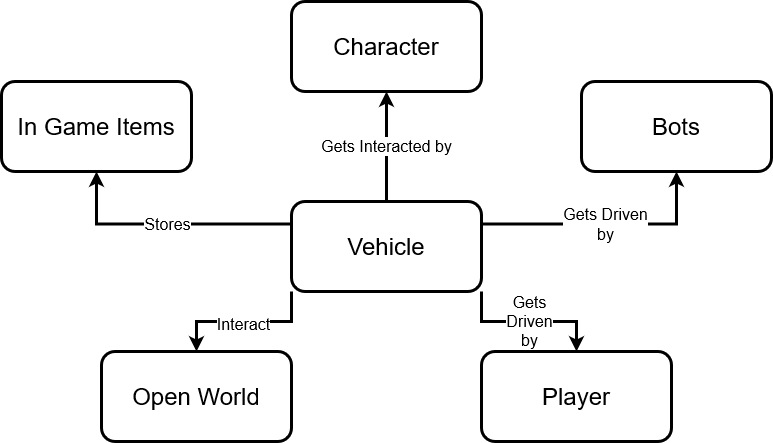
This is Pictures/crs/crc 7.drawio.png from FM-Man/SPL_2, a draw.io export, as it was before one commit. Source tidied: cells renumbered, new cells last; positions are measured from the earlier drawing's top-left corner, leaving out a move shared by most shapes. The source it was exported from:
```xml
<mxGraphModel>
  <root>
    <mxCell id="0" />
    <mxCell id="1" parent="0" />
    <mxCell id="2" value="Gets Interacted by" style="edgeStyle=orthogonalEdgeStyle;rounded=0;jettySize=auto;html=1;entryX=0.5;entryY=1;entryDx=0;entryDy=0;fontSize=16;strokeWidth=3;" parent="1" edge="1" source="7" target="8">
      <mxGeometry relative="1" as="geometry" />
    </mxCell>
    <mxCell id="3" value="&lt;div&gt;Gets Driven&lt;/div&gt;&lt;div&gt;by&lt;/div&gt;" style="edgeStyle=orthogonalEdgeStyle;rounded=0;jettySize=auto;html=1;exitX=1;exitY=0.25;exitDx=0;exitDy=0;entryX=0.5;entryY=1;entryDx=0;entryDy=0;fontSize=16;strokeWidth=3;" parent="1" edge="1" source="7" target="9">
      <mxGeometry relative="1" as="geometry" />
    </mxCell>
    <mxCell id="4" value="Stores" style="edgeStyle=orthogonalEdgeStyle;rounded=0;jettySize=auto;html=1;exitX=0;exitY=0.25;exitDx=0;exitDy=0;entryX=0.5;entryY=1;entryDx=0;entryDy=0;fontSize=16;strokeWidth=3;" parent="1" edge="1" source="7" target="10">
      <mxGeometry relative="1" as="geometry" />
    </mxCell>
    <mxCell id="5" value="&lt;font style=&quot;font-size: 16px&quot;&gt;Interact&lt;/font&gt;" style="edgeStyle=orthogonalEdgeStyle;rounded=0;jettySize=auto;html=1;exitX=0;exitY=1;exitDx=0;exitDy=0;entryX=0.5;entryY=0;entryDx=0;entryDy=0;fontSize=24;strokeWidth=3;" parent="1" edge="1" source="7" target="11">
      <mxGeometry relative="1" as="geometry" />
    </mxCell>
    <mxCell id="6" value="&lt;div style=&quot;font-size: 16px&quot;&gt;&lt;font style=&quot;font-size: 16px&quot;&gt;Gets &lt;br&gt;&lt;/font&gt;&lt;/div&gt;&lt;div style=&quot;font-size: 16px&quot;&gt;&lt;font style=&quot;font-size: 16px&quot;&gt;Driven&lt;br&gt;&lt;/font&gt;&lt;/div&gt;&lt;div style=&quot;font-size: 16px&quot;&gt;&lt;font style=&quot;font-size: 16px&quot;&gt;by&lt;br&gt;&lt;/font&gt;&lt;/div&gt;" style="edgeStyle=orthogonalEdgeStyle;rounded=0;jettySize=auto;html=1;exitX=1;exitY=1;exitDx=0;exitDy=0;fontSize=24;strokeWidth=3;" parent="1" edge="1" source="7" target="12">
      <mxGeometry relative="1" as="geometry" />
    </mxCell>
    <mxCell id="7" value="&lt;font style=&quot;font-size: 24px&quot;&gt;Vehicle&lt;/font&gt;" style="rounded=1;whiteSpace=wrap;html=1;strokeWidth=3;" parent="1" vertex="1">
      <mxGeometry x="290" y="200" width="190" height="90" as="geometry" />
    </mxCell>
    <mxCell id="8" value="&lt;font style=&quot;font-size: 24px&quot;&gt;Character&lt;br&gt;&lt;/font&gt;" style="rounded=1;whiteSpace=wrap;html=1;strokeWidth=3;" parent="1" vertex="1">
      <mxGeometry x="290" width="190" height="90" as="geometry" />
    </mxCell>
    <mxCell id="9" value="&lt;font style=&quot;font-size: 24px&quot;&gt;Bots&lt;br&gt;&lt;/font&gt;" style="rounded=1;whiteSpace=wrap;html=1;strokeWidth=3;" parent="1" vertex="1">
      <mxGeometry x="580" y="80" width="190" height="90" as="geometry" />
    </mxCell>
    <mxCell id="10" value="&lt;font style=&quot;font-size: 24px&quot;&gt;In Game Items&lt;br&gt;&lt;/font&gt;" style="rounded=1;whiteSpace=wrap;html=1;strokeWidth=3;" parent="1" vertex="1">
      <mxGeometry y="80" width="190" height="90" as="geometry" />
    </mxCell>
    <mxCell id="11" value="&lt;font style=&quot;font-size: 24px&quot;&gt;Open World&lt;br&gt;&lt;/font&gt;" style="rounded=1;whiteSpace=wrap;html=1;strokeWidth=3;" parent="1" vertex="1">
      <mxGeometry x="100" y="350" width="190" height="90" as="geometry" />
    </mxCell>
    <mxCell id="12" value="&lt;font style=&quot;font-size: 24px&quot;&gt;Player&lt;br&gt;&lt;/font&gt;" style="rounded=1;whiteSpace=wrap;html=1;strokeWidth=3;" parent="1" vertex="1">
      <mxGeometry x="480" y="350" width="190" height="90" as="geometry" />
    </mxCell>
  </root>
</mxGraphModel>
```
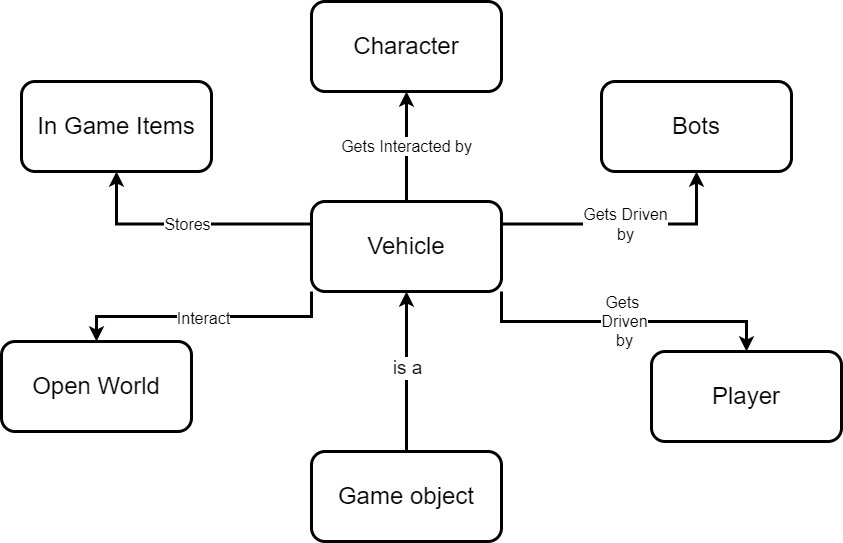
The same diagram one commit later.

Change to the diagram source:
```diff
@@ -30,10 +30,21 @@
       <mxGeometry y="80" width="190" height="90" as="geometry" />
     </mxCell>
     <mxCell id="11" value="&lt;font style=&quot;font-size: 24px&quot;&gt;Open World&lt;br&gt;&lt;/font&gt;" style="rounded=1;whiteSpace=wrap;html=1;strokeWidth=3;" parent="1" vertex="1">
-      <mxGeometry x="100" y="350" width="190" height="90" as="geometry" />
+      <mxGeometry x="-20" y="340" width="190" height="90" as="geometry" />
     </mxCell>
     <mxCell id="12" value="&lt;font style=&quot;font-size: 24px&quot;&gt;Player&lt;br&gt;&lt;/font&gt;" style="rounded=1;whiteSpace=wrap;html=1;strokeWidth=3;" parent="1" vertex="1">
-      <mxGeometry x="480" y="350" width="190" height="90" as="geometry" />
+      <mxGeometry x="630" y="350" width="190" height="90" as="geometry" />
     </mxCell>
+    <mxCell id="13" style="edgeStyle=orthogonalEdgeStyle;rounded=0;jettySize=auto;html=1;entryX=0.5;entryY=1;entryDx=0;entryDy=0;fontSize=19;strokeWidth=3;" parent="1" edge="1" source="15" target="7">
+      <mxGeometry relative="1" as="geometry" />
+    </mxCell>
+    <mxCell id="14" value="is a" style="edgeLabel;html=1;align=center;verticalAlign=middle;fontSize=19;" parent="13" vertex="1">
+      <mxGeometry x="0.28" y="5" relative="1" as="geometry">
+        <mxPoint x="5" y="19" as="offset" />
+      </mxGeometry>
+    </mxCell>
+    <mxCell id="15" value="&lt;font style=&quot;font-size: 24px&quot;&gt;Game object&lt;br&gt;&lt;/font&gt;" style="rounded=1;whiteSpace=wrap;html=1;strokeWidth=3;" parent="1" vertex="1">
+      <mxGeometry x="290" y="450" width="190" height="90" as="geometry" />
+    </mxCell>
   </root>
 </mxGraphModel>
```
